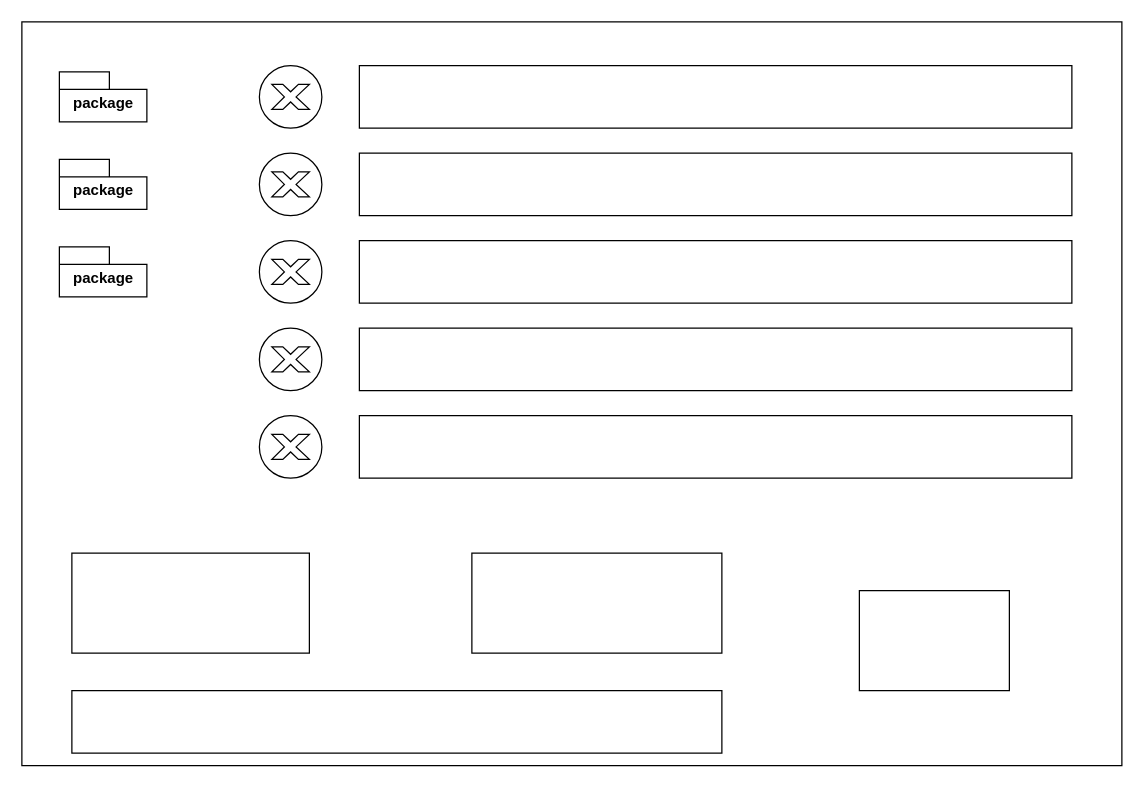
This is Var1.drawio from Auteotl/maybeLater, a draw.io file, before an edit. Source tidied: cells renumbered, new cells numbered last; positions are measured from the earlier drawing's top-left corner, leaving out a move shared by most shapes. Both pictures are drawn from the tidied source at 125%, with x=0, y=0 at pixel (21, 21).
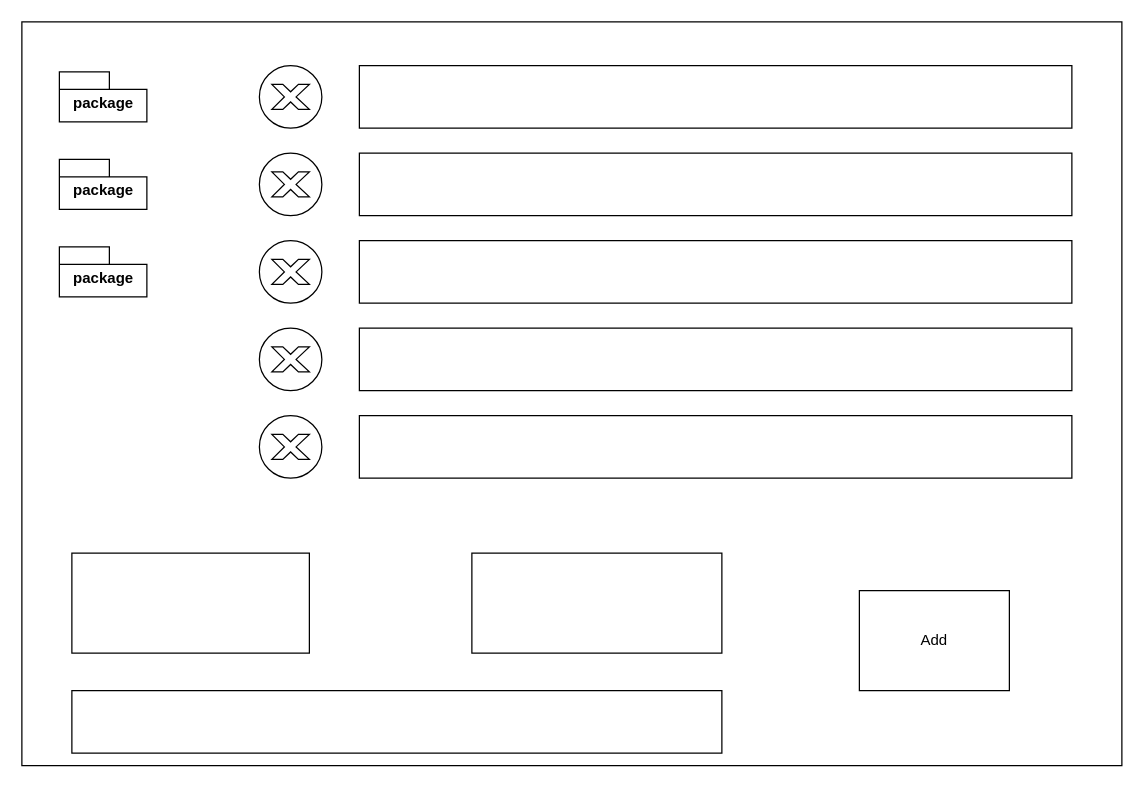
After the change.

What changed in the source:
```diff
@@
-    <mxCell id="6" style="rounded=0;whiteSpace=wrap;html=1;fillColor=default;strokeColor=default;fontColor=default;" parent="1" vertex="1">
+    <mxCell id="6" value="Add" style="rounded=0;whiteSpace=wrap;html=1;fillColor=default;strokeColor=default;fontColor=default;" parent="1" vertex="1">
       <mxGeometry x="670" y="455" width="120" height="80" as="geometry" />
     </mxCell>
```
